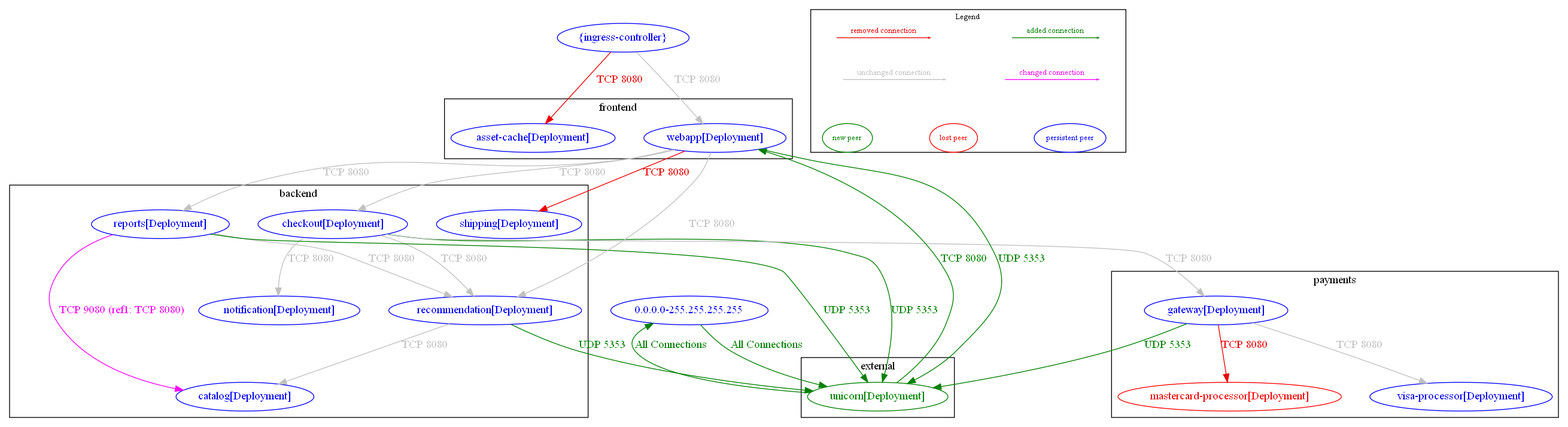
The Graphviz diagram test_outputs/diff/diff_between_acs-security-demos-new_and_acs-security-demos.dot.png in np-guard/netpol-analyzer, before a commit. Its source is kept beside it as test_outputs/diff/diff_between_acs-security-demos-new_and_acs-security-demos.dot.
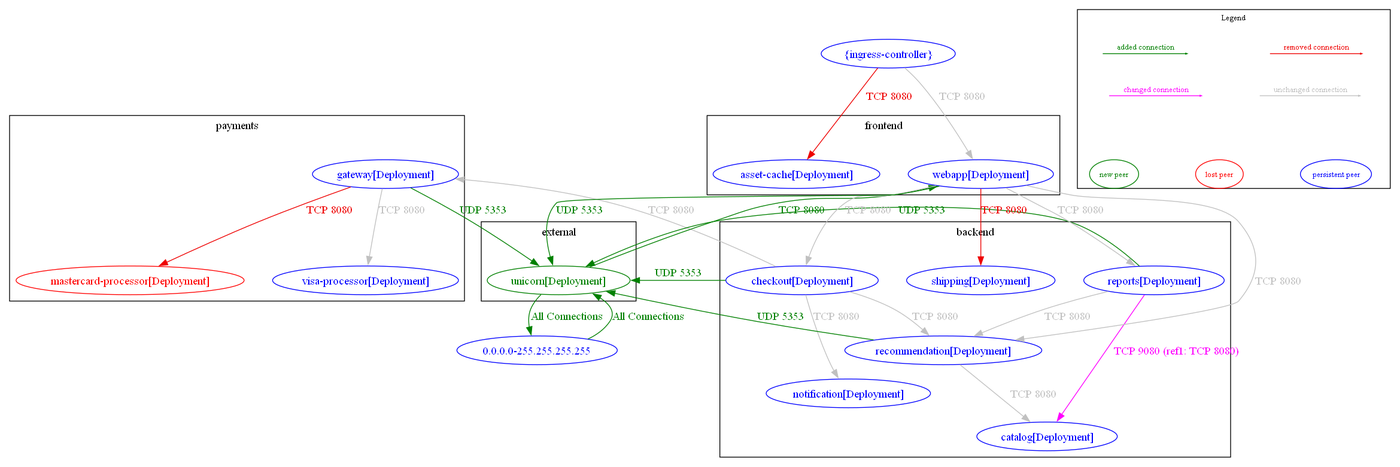
After the change.

The edit, as a diff of the source:
```diff
@@ -25,28 +25,28 @@
 	}
 	"0.0.0.0-255.255.255.255" [label="0.0.0.0-255.255.255.255" color="blue" fontcolor="blue"]
 	"{ingress-controller}" [label="{ingress-controller}" color="blue" fontcolor="blue"]
-	"0.0.0.0-255.255.255.255" -> "external/unicorn[Deployment]" [label="All Connections" color="#008000" fontcolor="#008000"]
-	"backend/checkout[Deployment]" -> "backend/notification[Deployment]" [label="TCP 8080" color="grey" fontcolor="grey"]
-	"backend/checkout[Deployment]" -> "backend/recommendation[Deployment]" [label="TCP 8080" color="grey" fontcolor="grey"]
-	"backend/checkout[Deployment]" -> "external/unicorn[Deployment]" [label="UDP 5353" color="#008000" fontcolor="#008000"]
-	"backend/checkout[Deployment]" -> "payments/gateway[Deployment]" [label="TCP 8080" color="grey" fontcolor="grey"]
-	"backend/recommendation[Deployment]" -> "backend/catalog[Deployment]" [label="TCP 8080" color="grey" fontcolor="grey"]
-	"backend/recommendation[Deployment]" -> "external/unicorn[Deployment]" [label="UDP 5353" color="#008000" fontcolor="#008000"]
-	"backend/reports[Deployment]" -> "backend/catalog[Deployment]" [label="TCP 9080 (ref1: TCP 8080)" color="magenta" fontcolor="magenta"]
-	"backend/reports[Deployment]" -> "backend/recommendation[Deployment]" [label="TCP 8080" color="grey" fontcolor="grey"]
-	"backend/reports[Deployment]" -> "external/unicorn[Deployment]" [label="UDP 5353" color="#008000" fontcolor="#008000"]
-	"external/unicorn[Deployment]" -> "0.0.0.0-255.255.255.255" [label="All Connections" color="#008000" fontcolor="#008000"]
-	"external/unicorn[Deployment]" -> "frontend/webapp[Deployment]" [label="TCP 8080" color="#008000" fontcolor="#008000"]
-	"frontend/webapp[Deployment]" -> "backend/checkout[Deployment]" [label="TCP 8080" color="grey" fontcolor="grey"]
-	"frontend/webapp[Deployment]" -> "backend/recommendation[Deployment]" [label="TCP 8080" color="grey" fontcolor="grey"]
-	"frontend/webapp[Deployment]" -> "backend/reports[Deployment]" [label="TCP 8080" color="grey" fontcolor="grey"]
-	"frontend/webapp[Deployment]" -> "backend/shipping[Deployment]" [label="TCP 8080" color="red2" fontcolor="red2"]
-	"frontend/webapp[Deployment]" -> "external/unicorn[Deployment]" [label="UDP 5353" color="#008000" fontcolor="#008000"]
-	"payments/gateway[Deployment]" -> "external/unicorn[Deployment]" [label="UDP 5353" color="#008000" fontcolor="#008000"]
-	"payments/gateway[Deployment]" -> "payments/mastercard-processor[Deployment]" [label="TCP 8080" color="red2" fontcolor="red2"]
-	"payments/gateway[Deployment]" -> "payments/visa-processor[Deployment]" [label="TCP 8080" color="grey" fontcolor="grey"]
-	"{ingress-controller}" -> "frontend/asset-cache[Deployment]" [label="TCP 8080" color="red2" fontcolor="red2"]
-	"{ingress-controller}" -> "frontend/webapp[Deployment]" [label="TCP 8080" color="grey" fontcolor="grey"]
+	"0.0.0.0-255.255.255.255" -> "external/unicorn[Deployment]" [label="All Connections" color="#008000" fontcolor="#008000" weight=0.5]
+	"backend/checkout[Deployment]" -> "backend/notification[Deployment]" [label="TCP 8080" color="grey" fontcolor="grey" weight=0.5]
+	"backend/checkout[Deployment]" -> "backend/recommendation[Deployment]" [label="TCP 8080" color="grey" fontcolor="grey" weight=0.5]
+	"backend/checkout[Deployment]" -> "external/unicorn[Deployment]" [label="UDP 5353" color="#008000" fontcolor="#008000" weight=0.5]
+	"backend/checkout[Deployment]" -> "payments/gateway[Deployment]" [label="TCP 8080" color="grey" fontcolor="grey" weight=0.5]
+	"backend/recommendation[Deployment]" -> "backend/catalog[Deployment]" [label="TCP 8080" color="grey" fontcolor="grey" weight=1]
+	"backend/recommendation[Deployment]" -> "external/unicorn[Deployment]" [label="UDP 5353" color="#008000" fontcolor="#008000" weight=0.5]
+	"backend/reports[Deployment]" -> "backend/catalog[Deployment]" [label="TCP 9080 (ref1: TCP 8080)" color="magenta" fontcolor="magenta" weight=1]
+	"backend/reports[Deployment]" -> "backend/recommendation[Deployment]" [label="TCP 8080" color="grey" fontcolor="grey" weight=1]
+	"backend/reports[Deployment]" -> "external/unicorn[Deployment]" [label="UDP 5353" color="#008000" fontcolor="#008000" weight=0.5]
+	"external/unicorn[Deployment]" -> "0.0.0.0-255.255.255.255" [label="All Connections" color="#008000" fontcolor="#008000" weight=1]
+	"external/unicorn[Deployment]" -> "frontend/webapp[Deployment]" [label="TCP 8080" color="#008000" fontcolor="#008000" weight=0.5]
+	"frontend/webapp[Deployment]" -> "backend/checkout[Deployment]" [label="TCP 8080" color="grey" fontcolor="grey" weight=1]
+	"frontend/webapp[Deployment]" -> "backend/recommendation[Deployment]" [label="TCP 8080" color="grey" fontcolor="grey" weight=1]
+	"frontend/webapp[Deployment]" -> "backend/reports[Deployment]" [label="TCP 8080" color="grey" fontcolor="grey" weight=1]
+	"frontend/webapp[Deployment]" -> "backend/shipping[Deployment]" [label="TCP 8080" color="red2" fontcolor="red2" weight=1]
+	"frontend/webapp[Deployment]" -> "external/unicorn[Deployment]" [label="UDP 5353" color="#008000" fontcolor="#008000" weight=1]
+	"payments/gateway[Deployment]" -> "external/unicorn[Deployment]" [label="UDP 5353" color="#008000" fontcolor="#008000" weight=1]
+	"payments/gateway[Deployment]" -> "payments/mastercard-processor[Deployment]" [label="TCP 8080" color="red2" fontcolor="red2" weight=0.5]
+	"payments/gateway[Deployment]" -> "payments/visa-processor[Deployment]" [label="TCP 8080" color="grey" fontcolor="grey" weight=0.5]
+	"{ingress-controller}" -> "frontend/asset-cache[Deployment]" [label="TCP 8080" color="red2" fontcolor="red2" weight=1]
+	"{ingress-controller}" -> "frontend/webapp[Deployment]" [label="TCP 8080" color="grey" fontcolor="grey" weight=1]
 	nodesep=0.5
 	subgraph cluster_legend {
 		label="Legend"
```
